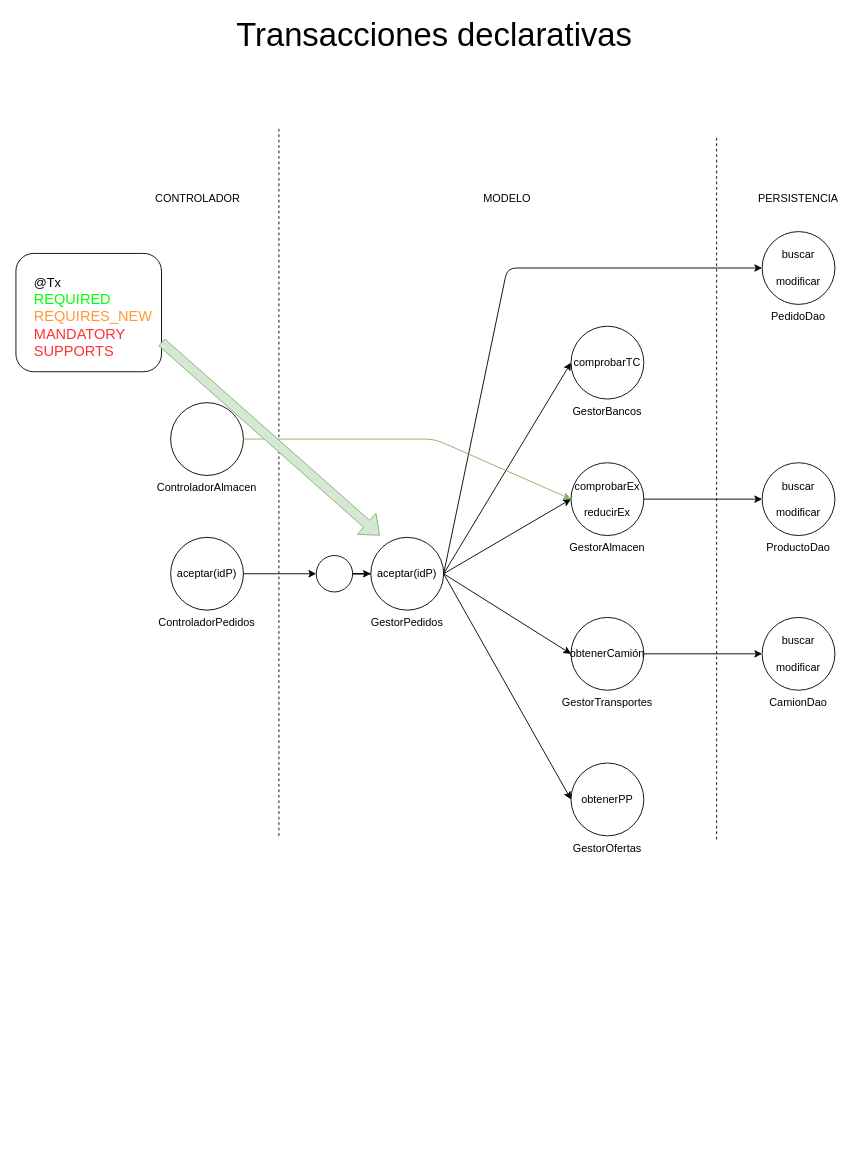
lrag/spring_2022 keeps this draw.io diagram as page "Página-23" (23 of 36) of ws_spring_2022.drawio. Above is the earlier version. Source tidied: cells renumbered, new cells numbered last; positions are measured from the earlier drawing's top-left corner, leaving out a move shared by most shapes. Both pictures are drawn from the tidied source at 91%, with x=0, y=0 at pixel (15, 25).
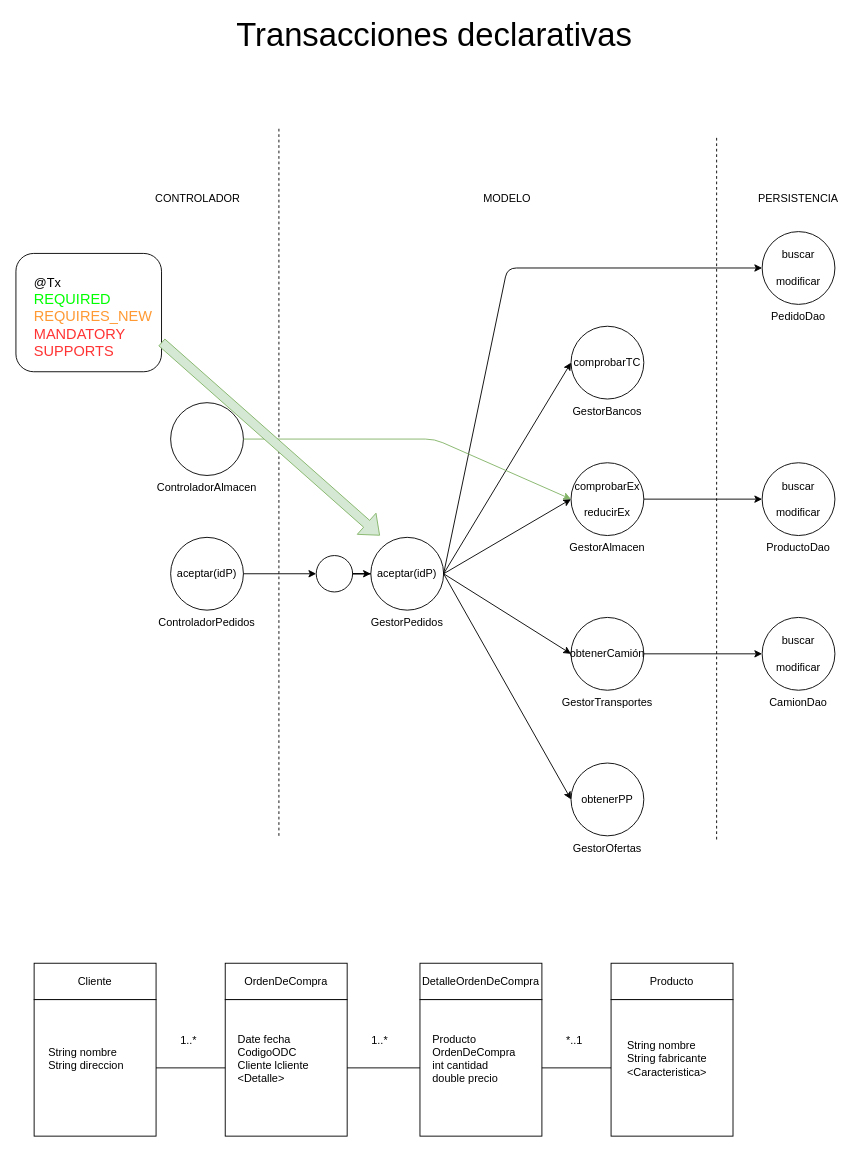
The same page after the edit.

The edit, as a diff of the source:
```diff
@@
+    <mxCell id="42" value="Cliente" style="rounded=0;whiteSpace=wrap;html=1;" parent="1" vertex="1">
+      <mxGeometry x="20" y="1030" width="134" height="40" as="geometry" />
+    </mxCell>
+    <mxCell id="43" style="rounded=0;whiteSpace=wrap;html=1;" parent="1" vertex="1">
+      <mxGeometry x="20" y="1070" width="134" height="150" as="geometry" />
+    </mxCell>
+    <mxCell id="44" value="OrdenDeCompra" style="rounded=0;whiteSpace=wrap;html=1;" parent="1" vertex="1">
+      <mxGeometry x="230" y="1030" width="134" height="40" as="geometry" />
+    </mxCell>
+    <mxCell id="45" style="rounded=0;whiteSpace=wrap;html=1;" parent="1" vertex="1">
+      <mxGeometry x="230" y="1070" width="134" height="150" as="geometry" />
+    </mxCell>
+    <mxCell id="46" value="DetalleOrdenDeCompra" style="rounded=0;whiteSpace=wrap;html=1;" parent="1" vertex="1">
+      <mxGeometry x="444" y="1030" width="134" height="40" as="geometry" />
+    </mxCell>
+    <mxCell id="47" style="rounded=0;whiteSpace=wrap;html=1;" parent="1" vertex="1">
+      <mxGeometry x="444" y="1070" width="134" height="150" as="geometry" />
+    </mxCell>
+    <mxCell id="48" value="Producto" style="rounded=0;whiteSpace=wrap;html=1;" parent="1" vertex="1">
+      <mxGeometry x="654" y="1030" width="134" height="40" as="geometry" />
+    </mxCell>
+    <mxCell id="49" style="rounded=0;whiteSpace=wrap;html=1;" parent="1" vertex="1">
+      <mxGeometry x="654" y="1070" width="134" height="150" as="geometry" />
+    </mxCell>
+    <mxCell id="50" value="String nombre&lt;br&gt;String direccion" style="text;html=1;strokeColor=none;fillColor=none;align=left;verticalAlign=middle;whiteSpace=wrap;rounded=0;" parent="1" vertex="1">
+      <mxGeometry x="34" y="1090" width="110" height="90" as="geometry" />
+    </mxCell>
+    <mxCell id="51" value="Date fecha&lt;br&gt;CodigoODC&lt;br&gt;Cliente lcliente&lt;br&gt;&amp;lt;Detalle&amp;gt;" style="text;html=1;strokeColor=none;fillColor=none;align=left;verticalAlign=middle;whiteSpace=wrap;rounded=0;" parent="1" vertex="1">
+      <mxGeometry x="242" y="1090" width="110" height="90" as="geometry" />
+    </mxCell>
+    <mxCell id="52" value="Producto&lt;br&gt;OrdenDeCompra&lt;br&gt;int cantidad&lt;br&gt;double precio" style="text;html=1;strokeColor=none;fillColor=none;align=left;verticalAlign=middle;whiteSpace=wrap;rounded=0;" parent="1" vertex="1">
+      <mxGeometry x="456" y="1090" width="110" height="90" as="geometry" />
+    </mxCell>
+    <mxCell id="53" value="String nombre&lt;br&gt;String fabricante&lt;br&gt;&amp;lt;Caracteristica&amp;gt;&lt;br&gt;" style="text;html=1;strokeColor=none;fillColor=none;align=left;verticalAlign=middle;whiteSpace=wrap;rounded=0;" parent="1" vertex="1">
+      <mxGeometry x="670" y="1090" width="110" height="90" as="geometry" />
+    </mxCell>
+    <mxCell id="54" style="endArrow=none;html=1;rounded=0;exitX=1;exitY=0.5;exitDx=0;exitDy=0;entryX=0;entryY=0.5;entryDx=0;entryDy=0;" parent="1" edge="1" source="43" target="45">
+      <mxGeometry relative="1" as="geometry" />
+    </mxCell>
+    <mxCell id="55" style="endArrow=none;html=1;rounded=0;exitX=1;exitY=0.5;exitDx=0;exitDy=0;entryX=0;entryY=0.5;entryDx=0;entryDy=0;" parent="1" edge="1" source="45" target="47">
+      <mxGeometry relative="1" as="geometry" />
+    </mxCell>
+    <mxCell id="56" style="endArrow=none;html=1;rounded=0;exitX=1;exitY=0.5;exitDx=0;exitDy=0;entryX=0;entryY=0.5;entryDx=0;entryDy=0;" parent="1" edge="1" source="47" target="49">
+      <mxGeometry relative="1" as="geometry" />
+    </mxCell>
+    <mxCell id="57" value="1..*" style="text;html=1;strokeColor=none;fillColor=none;align=center;verticalAlign=middle;whiteSpace=wrap;rounded=0;" parent="1" vertex="1">
+      <mxGeometry x="160" y="1100" width="60" height="30" as="geometry" />
+    </mxCell>
+    <mxCell id="58" value="1..*" style="text;html=1;strokeColor=none;fillColor=none;align=center;verticalAlign=middle;whiteSpace=wrap;rounded=0;" parent="1" vertex="1">
+      <mxGeometry x="370" y="1100" width="60" height="30" as="geometry" />
+    </mxCell>
+    <mxCell id="59" value="*..1" style="text;html=1;strokeColor=none;fillColor=none;align=center;verticalAlign=middle;whiteSpace=wrap;rounded=0;" parent="1" vertex="1">
+      <mxGeometry x="584" y="1100" width="60" height="30" as="geometry" />
+    </mxCell>
```
